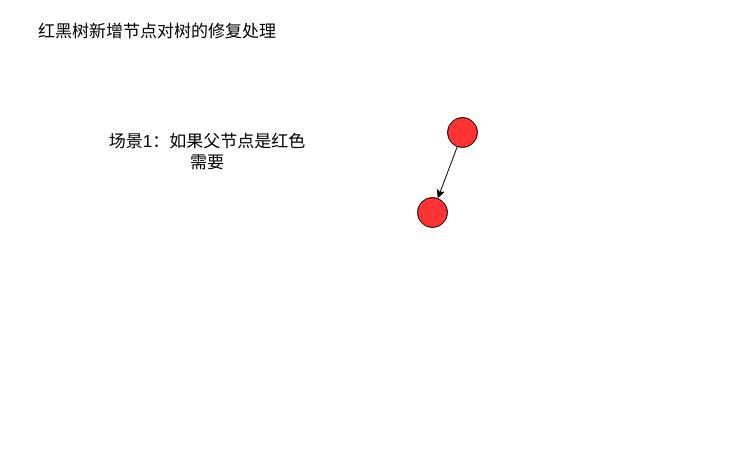
Before: 数据结构.drawio in hlcgithub/draw, a draw.io diagram. Source tidied: cells renumbered, new cells numbered last; positions are measured from the earlier drawing's top-left corner, leaving out a move shared by most shapes. Both pictures are drawn from the tidied source at 100%, with x=0, y=0 at pixel (17, 17).
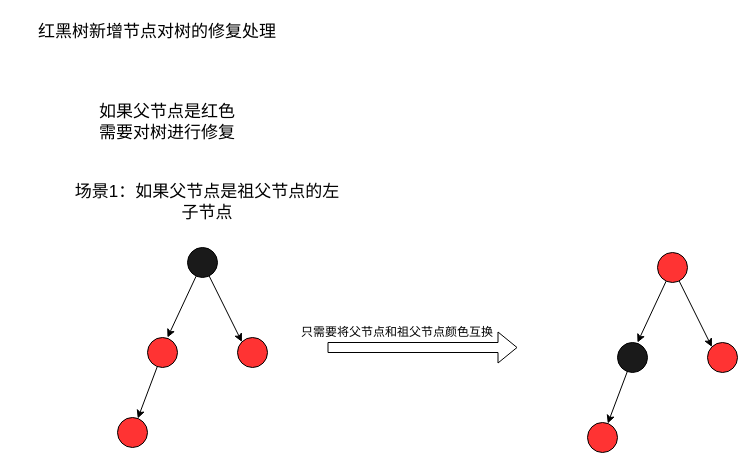
After the change.

Diff of the diagram source:
```diff
@@
     <mxCell id="3" style="ellipse;whiteSpace=wrap;html=1;fillColor=#FF3333;" parent="1" vertex="1">
-      <mxGeometry x="430" y="100" width="30" height="30" as="geometry" />
+      <mxGeometry x="130" y="320" width="30" height="30" as="geometry" />
     </mxCell>
@@
     <mxCell id="5" style="ellipse;whiteSpace=wrap;html=1;fillColor=#FF3333;" parent="1" vertex="1">
-      <mxGeometry x="400" y="180" width="30" height="30" as="geometry" />
+      <mxGeometry x="100" y="400" width="30" height="30" as="geometry" />
     </mxCell>
-    <mxCell id="6" value="场景1：如果父节点是红色&lt;div&gt;需要&lt;/div&gt;" style="text;html=1;whiteSpace=wrap;strokeColor=none;fillColor=none;align=center;verticalAlign=middle;rounded=0;fontSize=17;" parent="1" vertex="1">
-      <mxGeometry x="50" y="120" width="280" height="30" as="geometry" />
+    <mxCell id="6" value="如果父节点是红色&lt;div&gt;需要对树进行修复&lt;/div&gt;" style="text;html=1;whiteSpace=wrap;strokeColor=none;fillColor=none;align=center;verticalAlign=middle;rounded=0;fontSize=17;" parent="1" vertex="1">
+      <mxGeometry x="10" y="90" width="280" height="30" as="geometry" />
     </mxCell>
+    <mxCell id="7" style="rounded=0;jettySize=auto;html=1;" parent="1" edge="1" source="9">
+      <mxGeometry relative="1" as="geometry">
+        <mxPoint x="150" y="320" as="targetPoint" />
+      </mxGeometry>
+    </mxCell>
+    <mxCell id="8" style="rounded=0;jettySize=auto;html=1;entryX=0;entryY=0;entryDx=0;entryDy=0;" parent="1" edge="1" source="9" target="12">
+      <mxGeometry relative="1" as="geometry" />
+    </mxCell>
+    <mxCell id="9" style="ellipse;whiteSpace=wrap;html=1;fillColor=#1A1A1A;" parent="1" vertex="1">
+      <mxGeometry x="170" y="230" width="30" height="30" as="geometry" />
+    </mxCell>
+    <mxCell id="10" value="场景1：如果父节点是祖父节点的左子节点" style="text;html=1;whiteSpace=wrap;strokeColor=none;fillColor=none;align=center;verticalAlign=middle;rounded=0;fontSize=17;" parent="1" vertex="1">
+      <mxGeometry x="50" y="170" width="280" height="30" as="geometry" />
+    </mxCell>
+    <mxCell id="11" style="shape=flexArrow;endArrow=classic;html=1;rounded=0;" parent="1" edge="1">
+      <mxGeometry relative="1" as="geometry">
+        <mxPoint x="310" y="330" as="sourcePoint" />
+        <mxPoint x="500" y="330" as="targetPoint" />
+      </mxGeometry>
+    </mxCell>
+    <mxCell id="12" style="ellipse;whiteSpace=wrap;html=1;fillColor=#FF3333;" parent="1" vertex="1">
+      <mxGeometry x="220" y="320" width="30" height="30" as="geometry" />
+    </mxCell>
+    <mxCell id="13" value="只需要将父节点和祖父节点颜色互换" style="text;html=1;whiteSpace=wrap;strokeColor=none;fillColor=none;align=center;verticalAlign=middle;rounded=0;" parent="1" vertex="1">
+      <mxGeometry x="270" y="300" width="220" height="30" as="geometry" />
+    </mxCell>
+    <mxCell id="14" style="rounded=0;jettySize=auto;html=1;" parent="1" edge="1" source="15" target="16">
+      <mxGeometry relative="1" as="geometry" />
+    </mxCell>
+    <mxCell id="15" style="ellipse;whiteSpace=wrap;html=1;fillColor=#1A1A1A;" parent="1" vertex="1">
+      <mxGeometry x="600" y="325" width="30" height="30" as="geometry" />
+    </mxCell>
+    <mxCell id="16" style="ellipse;whiteSpace=wrap;html=1;fillColor=#FF3333;" parent="1" vertex="1">
+      <mxGeometry x="570" y="405" width="30" height="30" as="geometry" />
+    </mxCell>
+    <mxCell id="17" style="rounded=0;jettySize=auto;html=1;" parent="1" edge="1" source="19">
+      <mxGeometry relative="1" as="geometry">
+        <mxPoint x="620" y="325" as="targetPoint" />
+      </mxGeometry>
+    </mxCell>
+    <mxCell id="18" style="rounded=0;jettySize=auto;html=1;entryX=0;entryY=0;entryDx=0;entryDy=0;" parent="1" edge="1" source="19" target="20">
+      <mxGeometry relative="1" as="geometry" />
+    </mxCell>
+    <mxCell id="19" style="ellipse;whiteSpace=wrap;html=1;fillColor=#FF3333;" parent="1" vertex="1">
+      <mxGeometry x="640" y="235" width="30" height="30" as="geometry" />
+    </mxCell>
+    <mxCell id="20" style="ellipse;whiteSpace=wrap;html=1;fillColor=#FF3333;" parent="1" vertex="1">
+      <mxGeometry x="690" y="325" width="30" height="30" as="geometry" />
+    </mxCell>
```
